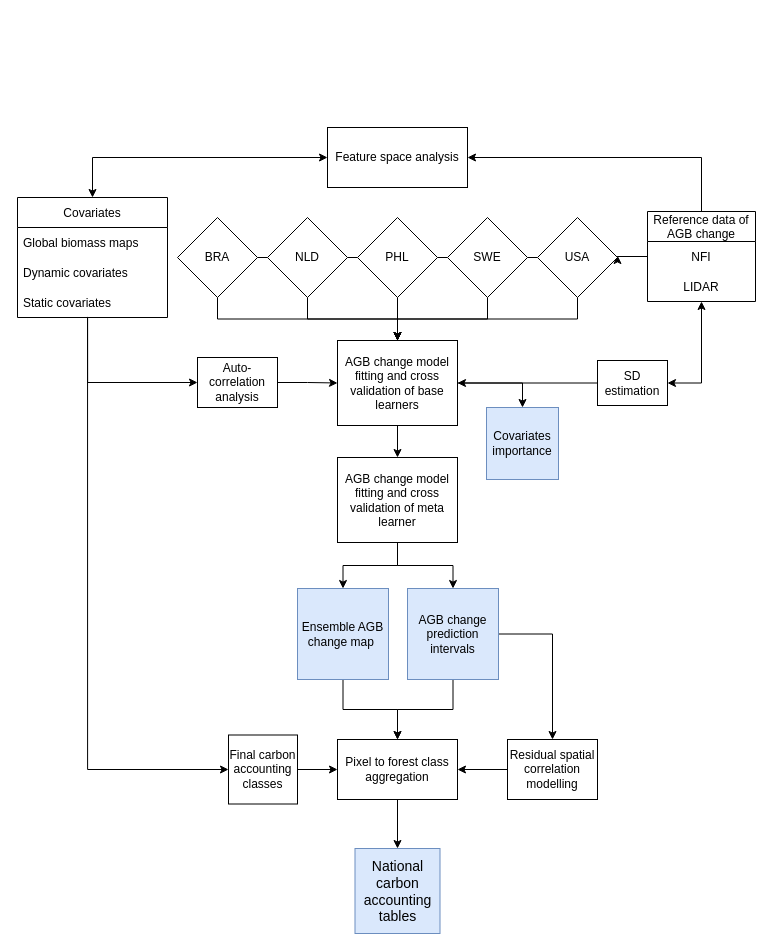
The draw.io diagram Paper3.drawio in arnanaraza/diagrams, before the edit. Source tidied: cells renumbered, new cells numbered last; positions are measured from the earlier drawing's top-left corner, leaving out a move shared by most shapes. Both pictures are drawn from the tidied source at 100%, with x=0, y=0 at pixel (17, 127).
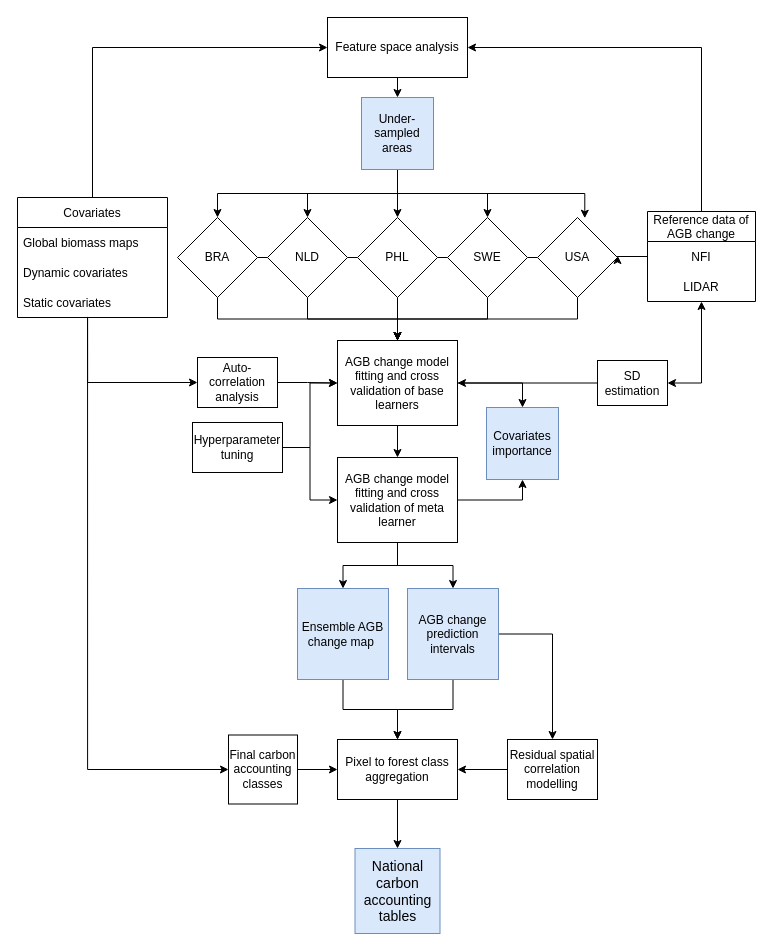
The same page after the edit.

Unchanged cells that the change refers to:
```xml
<mxCell id="4" value="AGB change model fitting and cross validation of base learners" style="rounded=0;whiteSpace=wrap;html=1;" parent="1" vertex="1">
  <mxGeometry x="320" y="213" width="120" height="85" as="geometry" />
</mxCell>
<mxCell id="9" value="Covariates" style="swimlane;fontStyle=0;horizontal=1;startSize=30;" parent="1" vertex="1">
  <mxGeometry y="70" width="150" height="120" as="geometry" />
</mxCell>
<mxCell id="21" value="NLD" style="rhombus;whiteSpace=wrap;html=1;" parent="1" vertex="1">
  <mxGeometry x="250" y="90" width="80" height="80" as="geometry" />
</mxCell>
<mxCell id="24" value="PHL" style="rhombus;whiteSpace=wrap;html=1;" parent="1" vertex="1">
  <mxGeometry x="340" y="90" width="80" height="80" as="geometry" />
</mxCell>
<mxCell id="27" value="SWE" style="rhombus;whiteSpace=wrap;html=1;" parent="1" vertex="1">
  <mxGeometry x="430" y="90" width="80" height="80" as="geometry" />
</mxCell>
<mxCell id="29" value="USA" style="rhombus;whiteSpace=wrap;html=1;" parent="1" vertex="1">
  <mxGeometry x="520" y="90" width="80" height="80" as="geometry" />
</mxCell>
<mxCell id="36" value="&lt;span style=&quot;font-size: 12px;&quot;&gt;Covariates importance&lt;/span&gt;" style="whiteSpace=wrap;html=1;fontSize=10;fillColor=#dae8fc;strokeColor=#6c8ebf;" parent="1" vertex="1">
  <mxGeometry x="469" y="280" width="72" height="72" as="geometry" />
</mxCell>
<mxCell id="43" value="BRA" style="rhombus;whiteSpace=wrap;html=1;" parent="1" vertex="1">
  <mxGeometry x="160" y="90" width="80" height="80" as="geometry" />
</mxCell>
<mxCell id="53" value="AGB change model fitting and cross validation of meta learner" style="rounded=0;whiteSpace=wrap;html=1;" parent="1" vertex="1">
  <mxGeometry x="320" y="330" width="120" height="85" as="geometry" />
</mxCell>
```

The edit, as a diff of the source:
```diff
@@
-    <mxCell id="8" style="edgeStyle=orthogonalEdgeStyle;rounded=0;jettySize=auto;html=1;exitX=0.5;exitY=0;exitDx=0;exitDy=0;entryX=0;entryY=0.5;entryDx=0;entryDy=0;startArrow=classic;startFill=1;" parent="1" edge="1" source="9" target="40">
+    <mxCell id="8" style="edgeStyle=orthogonalEdgeStyle;rounded=0;jettySize=auto;html=1;exitX=0.5;exitY=0;exitDx=0;exitDy=0;entryX=0;entryY=0.5;entryDx=0;entryDy=0;startArrow=none;startFill=0;" parent="1" edge="1" source="9" target="40">
       <mxGeometry relative="1" as="geometry" />
     </mxCell>
@@
+    <mxCell id="54" style="edgeStyle=orthogonalEdgeStyle;rounded=0;jettySize=auto;html=1;exitX=0.5;exitY=1;exitDx=0;exitDy=0;entryX=0.5;entryY=0;entryDx=0;entryDy=0;startArrow=none;startFill=0;" parent="1" edge="1" source="40" target="64">
+      <mxGeometry relative="1" as="geometry" />
+    </mxCell>
     <mxCell id="40" value="Feature space analysis" style="rounded=0;whiteSpace=wrap;html=1;" parent="1" vertex="1">
-      <mxGeometry x="310" width="140" height="60" as="geometry" />
+      <mxGeometry x="310" y="-110" width="140" height="60" as="geometry" />
     </mxCell>
@@
+    <mxCell id="55" style="edgeStyle=orthogonalEdgeStyle;rounded=0;jettySize=auto;html=1;exitX=1;exitY=0.5;exitDx=0;exitDy=0;entryX=0.5;entryY=1;entryDx=0;entryDy=0;" parent="1" edge="1" source="53" target="36">
+      <mxGeometry relative="1" as="geometry" />
+    </mxCell>
@@
+    <mxCell id="56" style="edgeStyle=orthogonalEdgeStyle;rounded=0;jettySize=auto;html=1;entryX=0;entryY=0.5;entryDx=0;entryDy=0;" parent="1" edge="1" source="58" target="4">
+      <mxGeometry relative="1" as="geometry" />
+    </mxCell>
+    <mxCell id="57" style="edgeStyle=orthogonalEdgeStyle;rounded=0;jettySize=auto;html=1;exitX=1;exitY=0.5;exitDx=0;exitDy=0;entryX=0;entryY=0.5;entryDx=0;entryDy=0;" parent="1" edge="1" source="58" target="53">
+      <mxGeometry relative="1" as="geometry" />
+    </mxCell>
+    <mxCell id="58" value="Hyperparameter tuning" style="rounded=0;whiteSpace=wrap;html=1;" parent="1" vertex="1">
+      <mxGeometry x="175" y="295" width="90" height="50" as="geometry" />
+    </mxCell>
+    <mxCell id="59" style="edgeStyle=orthogonalEdgeStyle;rounded=0;jettySize=auto;html=1;exitX=0.5;exitY=1;exitDx=0;exitDy=0;entryX=0.5;entryY=0;entryDx=0;entryDy=0;startArrow=none;startFill=0;" parent="1" edge="1" source="64" target="43">
+      <mxGeometry relative="1" as="geometry" />
+    </mxCell>
+    <mxCell id="60" style="edgeStyle=orthogonalEdgeStyle;rounded=0;jettySize=auto;html=1;exitX=0.5;exitY=1;exitDx=0;exitDy=0;entryX=0.5;entryY=0;entryDx=0;entryDy=0;startArrow=none;startFill=0;" parent="1" edge="1" source="64" target="21">
+      <mxGeometry relative="1" as="geometry" />
+    </mxCell>
+    <mxCell id="61" style="edgeStyle=orthogonalEdgeStyle;rounded=0;jettySize=auto;html=1;exitX=0.5;exitY=1;exitDx=0;exitDy=0;entryX=0.5;entryY=0;entryDx=0;entryDy=0;startArrow=none;startFill=0;" parent="1" edge="1" source="64" target="24">
+      <mxGeometry relative="1" as="geometry" />
+    </mxCell>
+    <mxCell id="62" style="edgeStyle=orthogonalEdgeStyle;rounded=0;jettySize=auto;html=1;exitX=0.5;exitY=1;exitDx=0;exitDy=0;entryX=0.5;entryY=0;entryDx=0;entryDy=0;startArrow=none;startFill=0;" parent="1" edge="1" source="64" target="27">
+      <mxGeometry relative="1" as="geometry" />
+    </mxCell>
+    <mxCell id="63" style="edgeStyle=orthogonalEdgeStyle;rounded=0;jettySize=auto;html=1;exitX=0.5;exitY=1;exitDx=0;exitDy=0;entryX=0.591;entryY=0.009;entryDx=0;entryDy=0;entryPerimeter=0;startArrow=none;startFill=0;" parent="1" edge="1" source="64" target="29">
+      <mxGeometry relative="1" as="geometry" />
+    </mxCell>
+    <mxCell id="64" value="&lt;span style=&quot;font-size: 12px;&quot;&gt;Under-sampled areas&lt;/span&gt;" style="whiteSpace=wrap;html=1;fontSize=10;fillColor=#dae8fc;strokeColor=#6c8ebf;" parent="1" vertex="1">
+      <mxGeometry x="344" y="-30" width="72" height="72" as="geometry" />
+    </mxCell>
```
